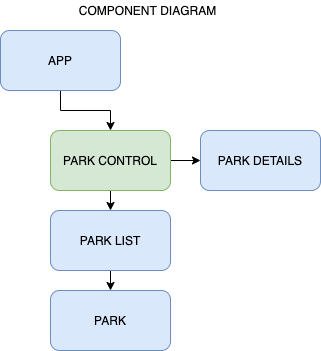
Above: diagram.png in michelle-morin/react-park-client (draw.io), before the change. Source tidied: cells renumbered, new cells last; positions are measured from the earlier drawing's top-left corner, leaving out a move shared by most shapes. Its diagram source:
```xml
<mxGraphModel>
  <root>
    <mxCell id="0" />
    <mxCell id="1" parent="0" />
    <mxCell id="2" style="edgeStyle=orthogonalEdgeStyle;rounded=0;jettySize=auto;html=1;exitX=0.5;exitY=1;exitDx=0;exitDy=0;entryX=0.5;entryY=0;entryDx=0;entryDy=0;" parent="1" edge="1" source="3" target="9">
      <mxGeometry relative="1" as="geometry" />
    </mxCell>
    <mxCell id="3" value="APP" style="rounded=1;whiteSpace=wrap;html=1;fillColor=#dae8fc;strokeColor=#6c8ebf;" parent="1" vertex="1">
      <mxGeometry y="30" width="120" height="60" as="geometry" />
    </mxCell>
    <mxCell id="4" style="edgeStyle=orthogonalEdgeStyle;rounded=0;jettySize=auto;html=1;exitX=0.5;exitY=1;exitDx=0;exitDy=0;entryX=0.5;entryY=0;entryDx=0;entryDy=0;" parent="1" edge="1" source="5" target="6">
      <mxGeometry relative="1" as="geometry" />
    </mxCell>
    <mxCell id="5" value="PARK LIST" style="rounded=1;whiteSpace=wrap;html=1;fillColor=#dae8fc;strokeColor=#6c8ebf;" parent="1" vertex="1">
      <mxGeometry x="50" y="210" width="120" height="60" as="geometry" />
    </mxCell>
    <mxCell id="6" value="PARK" style="rounded=1;whiteSpace=wrap;html=1;fillColor=#dae8fc;strokeColor=#6c8ebf;" parent="1" vertex="1">
      <mxGeometry x="50" y="290" width="120" height="60" as="geometry" />
    </mxCell>
    <mxCell id="7" style="edgeStyle=orthogonalEdgeStyle;rounded=0;jettySize=auto;html=1;exitX=0.5;exitY=1;exitDx=0;exitDy=0;entryX=0.5;entryY=0;entryDx=0;entryDy=0;" parent="1" edge="1" source="9" target="5">
      <mxGeometry relative="1" as="geometry" />
    </mxCell>
    <mxCell id="8" style="edgeStyle=orthogonalEdgeStyle;rounded=0;jettySize=auto;html=1;exitX=1;exitY=0.5;exitDx=0;exitDy=0;" parent="1" edge="1" source="9" target="10">
      <mxGeometry relative="1" as="geometry" />
    </mxCell>
    <mxCell id="9" value="PARK CONTROL" style="rounded=1;whiteSpace=wrap;html=1;fillColor=#d5e8d4;strokeColor=#82b366;" parent="1" vertex="1">
      <mxGeometry x="50" y="130" width="120" height="60" as="geometry" />
    </mxCell>
    <mxCell id="10" value="PARK DETAILS" style="rounded=1;whiteSpace=wrap;html=1;fillColor=#dae8fc;strokeColor=#6c8ebf;" parent="1" vertex="1">
      <mxGeometry x="200" y="130" width="120" height="60" as="geometry" />
    </mxCell>
    <mxCell id="11" value="COMPONENT DIAGRAM" style="text;html=1;strokeColor=none;fillColor=none;align=center;verticalAlign=middle;whiteSpace=wrap;rounded=0;" parent="1" vertex="1">
      <mxGeometry x="50" width="195" height="20" as="geometry" />
    </mxCell>
  </root>
</mxGraphModel>
```
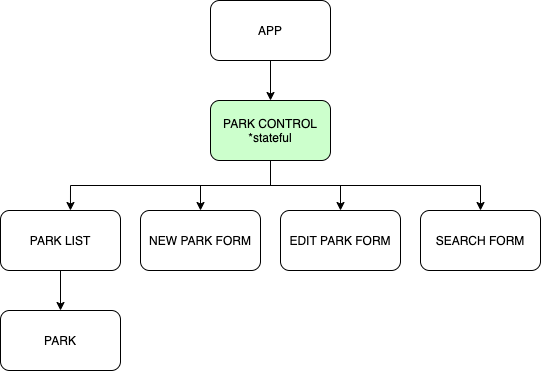
The same diagram one commit later.

Commit message:
update component tree

The edit, as a diff of the source:
```diff
@@ -2,35 +2,44 @@
   <root>
     <mxCell id="0" />
     <mxCell id="1" parent="0" />
-    <mxCell id="2" style="edgeStyle=orthogonalEdgeStyle;rounded=0;jettySize=auto;html=1;exitX=0.5;exitY=1;exitDx=0;exitDy=0;entryX=0.5;entryY=0;entryDx=0;entryDy=0;" parent="1" edge="1" source="3" target="9">
-      <mxGeometry relative="1" as="geometry" />
-    </mxCell>
+    <mxCell id="12" style="edgeStyle=none;rounded=0;jettySize=auto;html=1;exitX=0.5;exitY=1;exitDx=0;exitDy=0;entryX=0.5;entryY=0;entryDx=0;entryDy=0;" parent="1" edge="1" source="3" target="17">
+      <mxGeometry relative="1" as="geometry" />
+    </mxCell>
-    <mxCell id="3" value="APP" style="rounded=1;whiteSpace=wrap;html=1;fillColor=#dae8fc;strokeColor=#6c8ebf;" parent="1" vertex="1">
-      <mxGeometry y="30" width="120" height="60" as="geometry" />
+    <mxCell id="3" value="APP" style="rounded=1;whiteSpace=wrap;html=1;" parent="1" vertex="1">
+      <mxGeometry x="-180" y="30" width="120" height="60" as="geometry" />
     </mxCell>
+    <mxCell id="13" style="edgeStyle=orthogonalEdgeStyle;rounded=0;jettySize=auto;html=1;exitX=0.5;exitY=1;exitDx=0;exitDy=0;entryX=0.583;entryY=0;entryDx=0;entryDy=0;entryPerimeter=0;" parent="1" edge="1" source="17" target="5">
+      <mxGeometry relative="1" as="geometry" />
+    </mxCell>
+    <mxCell id="14" style="edgeStyle=orthogonalEdgeStyle;rounded=0;jettySize=auto;html=1;exitX=0.5;exitY=1;exitDx=0;exitDy=0;" parent="1" edge="1" source="17" target="18">
+      <mxGeometry relative="1" as="geometry" />
+    </mxCell>
+    <mxCell id="15" style="edgeStyle=orthogonalEdgeStyle;rounded=0;jettySize=auto;html=1;exitX=0.5;exitY=1;exitDx=0;exitDy=0;" parent="1" edge="1" source="17" target="19">
+      <mxGeometry relative="1" as="geometry" />
+    </mxCell>
+    <mxCell id="16" style="edgeStyle=orthogonalEdgeStyle;rounded=0;jettySize=auto;html=1;exitX=0.5;exitY=1;exitDx=0;exitDy=0;" parent="1" edge="1" source="17" target="20">
+      <mxGeometry relative="1" as="geometry" />
+    </mxCell>
+    <mxCell id="17" value="PARK CONTROL&lt;br&gt;*stateful" style="rounded=1;whiteSpace=wrap;html=1;fillColor=#CCFFCC;" parent="1" vertex="1">
+      <mxGeometry x="-180" y="130" width="120" height="60" as="geometry" />
+    </mxCell>
-    <mxCell id="4" style="edgeStyle=orthogonalEdgeStyle;rounded=0;jettySize=auto;html=1;exitX=0.5;exitY=1;exitDx=0;exitDy=0;entryX=0.5;entryY=0;entryDx=0;entryDy=0;" parent="1" edge="1" source="5" target="6">
+    <mxCell id="4" style="edgeStyle=none;rounded=0;jettySize=auto;html=1;exitX=0.5;exitY=1;exitDx=0;exitDy=0;entryX=0.5;entryY=0;entryDx=0;entryDy=0;" parent="1" edge="1" source="5" target="6">
       <mxGeometry relative="1" as="geometry" />
     </mxCell>
-    <mxCell id="5" value="PARK LIST" style="rounded=1;whiteSpace=wrap;html=1;fillColor=#dae8fc;strokeColor=#6c8ebf;" parent="1" vertex="1">
-      <mxGeometry x="50" y="210" width="120" height="60" as="geometry" />
+    <mxCell id="5" value="PARK LIST" style="rounded=1;whiteSpace=wrap;html=1;" parent="1" vertex="1">
+      <mxGeometry x="-390" y="240" width="120" height="60" as="geometry" />
     </mxCell>
+    <mxCell id="18" value="NEW PARK FORM" style="rounded=1;whiteSpace=wrap;html=1;" parent="1" vertex="1">
+      <mxGeometry x="-250" y="240" width="120" height="60" as="geometry" />
+    </mxCell>
-    <mxCell id="6" value="PARK" style="rounded=1;whiteSpace=wrap;html=1;fillColor=#dae8fc;strokeColor=#6c8ebf;" parent="1" vertex="1">
-      <mxGeometry x="50" y="290" width="120" height="60" as="geometry" />
+    <mxCell id="6" value="PARK" style="rounded=1;whiteSpace=wrap;html=1;" parent="1" vertex="1">
+      <mxGeometry x="-390" y="340" width="120" height="60" as="geometry" />
     </mxCell>
-    <mxCell id="7" style="edgeStyle=orthogonalEdgeStyle;rounded=0;jettySize=auto;html=1;exitX=0.5;exitY=1;exitDx=0;exitDy=0;entryX=0.5;entryY=0;entryDx=0;entryDy=0;" parent="1" edge="1" source="9" target="5">
-      <mxGeometry relative="1" as="geometry" />
-    </mxCell>
-    <mxCell id="8" style="edgeStyle=orthogonalEdgeStyle;rounded=0;jettySize=auto;html=1;exitX=1;exitY=0.5;exitDx=0;exitDy=0;" parent="1" edge="1" source="9" target="10">
-      <mxGeometry relative="1" as="geometry" />
-    </mxCell>
-    <mxCell id="9" value="PARK CONTROL" style="rounded=1;whiteSpace=wrap;html=1;fillColor=#d5e8d4;strokeColor=#82b366;" parent="1" vertex="1">
-      <mxGeometry x="50" y="130" width="120" height="60" as="geometry" />
-    </mxCell>
-    <mxCell id="10" value="PARK DETAILS" style="rounded=1;whiteSpace=wrap;html=1;fillColor=#dae8fc;strokeColor=#6c8ebf;" parent="1" vertex="1">
-      <mxGeometry x="200" y="130" width="120" height="60" as="geometry" />
-    </mxCell>
-    <mxCell id="11" value="COMPONENT DIAGRAM" style="text;html=1;strokeColor=none;fillColor=none;align=center;verticalAlign=middle;whiteSpace=wrap;rounded=0;" parent="1" vertex="1">
-      <mxGeometry x="50" width="195" height="20" as="geometry" />
-    </mxCell>
+    <mxCell id="19" value="EDIT PARK FORM" style="rounded=1;whiteSpace=wrap;html=1;" parent="1" vertex="1">
+      <mxGeometry x="-110" y="240" width="120" height="60" as="geometry" />
+    </mxCell>
+    <mxCell id="20" value="SEARCH FORM" style="rounded=1;whiteSpace=wrap;html=1;" parent="1" vertex="1">
+      <mxGeometry x="30" y="240" width="120" height="60" as="geometry" />
+    </mxCell>
   </root>
 </mxGraphModel>
```
